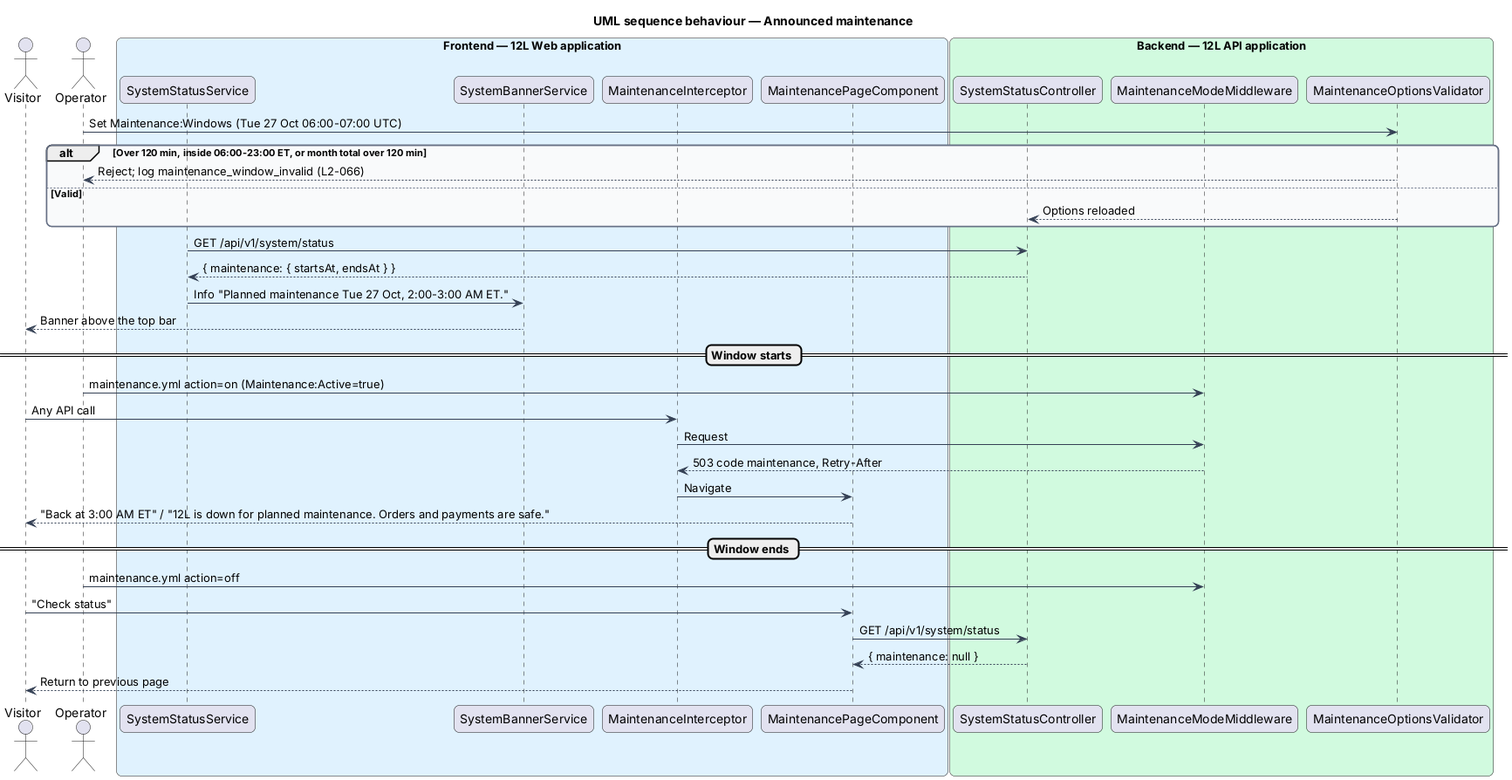
Earlier version of the PlantUML export docs/detailed-designs/platform/keep-available-and-recoverable/diagrams/sequence-maintenance.png (QuinntyneBrown/12l). Source of this version:
```plantuml
@startuml
title UML sequence behaviour — Announced maintenance
skinparam backgroundColor #FFFFFF
skinparam shadowing false
skinparam roundcorner 12
skinparam defaultFontName Arial
skinparam ArrowColor #344054
skinparam rectangle {
  BorderColor #344054
  FontColor #101828
}
skinparam package {
  BorderColor #667085
  FontColor #101828
  BackgroundColor #F9FAFB
}
actor "Visitor" as actor
actor "Operator" as op
box "Frontend — 12L Web application" #E0F2FE
  participant "SystemStatusService" as status
  participant "SystemBannerService" as banner
  participant "MaintenanceInterceptor" as mint
  participant "MaintenancePageComponent" as mpage
end box
box "Backend — 12L API application" #D1FADF
  participant "SystemStatusController" as ctrl
  participant "MaintenanceModeMiddleware" as mmw
  participant "MaintenanceOptionsValidator" as val
end box
op -> val : Set Maintenance:Windows (Tue 27 Oct 06:00-07:00 UTC)
alt Over 120 min, inside 06:00-23:00 ET, or month total over 120 min
  val --> op : Reject; log maintenance_window_invalid (L2-066)
else Valid
  val --> ctrl : Options reloaded
end
status -> ctrl : GET /api/v1/system/status
ctrl --> status : { maintenance: { startsAt, endsAt } }
status -> banner : Info "Planned maintenance Tue 27 Oct, 2:00-3:00 AM ET."
banner --> actor : Banner above the top bar
== Window starts ==
op -> mmw : maintenance.yml action=on (Maintenance:Active=true)
actor -> mint : Any API call
mint -> mmw : Request
mmw --> mint : 503 code maintenance, Retry-After
mint -> mpage : Navigate
mpage --> actor : "Back at 3:00 AM ET" / "12L is down for planned maintenance. Orders and payments are safe."
== Window ends ==
op -> mmw : maintenance.yml action=off
actor -> mpage : "Check status"
mpage -> ctrl : GET /api/v1/system/status
ctrl --> mpage : { maintenance: null }
mpage --> actor : Return to previous page
@enduml
```
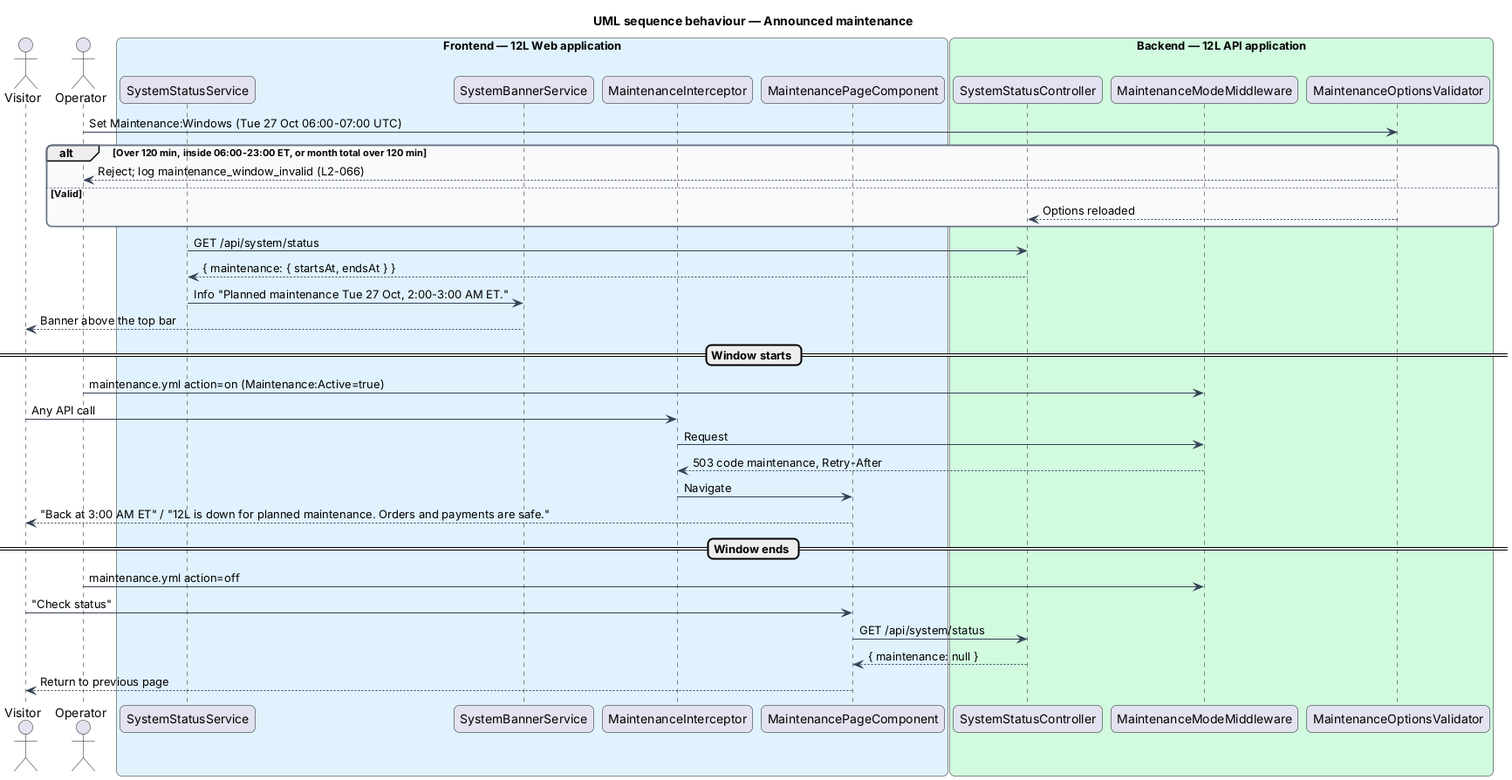
After the commit.

The edit, as a diff of the source:
```diff
@@ -33,7 +33,7 @@
 else Valid
   val --> ctrl : Options reloaded
 end
-status -> ctrl : GET /api/v1/system/status
+status -> ctrl : GET /api/system/status
 ctrl --> status : { maintenance: { startsAt, endsAt } }
 status -> banner : Info "Planned maintenance Tue 27 Oct, 2:00-3:00 AM ET."
 banner --> actor : Banner above the top bar
@@ -47,7 +47,7 @@
 == Window ends ==
 op -> mmw : maintenance.yml action=off
 actor -> mpage : "Check status"
-mpage -> ctrl : GET /api/v1/system/status
+mpage -> ctrl : GET /api/system/status
 ctrl --> mpage : { maintenance: null }
 mpage --> actor : Return to previous page
 @enduml
```
